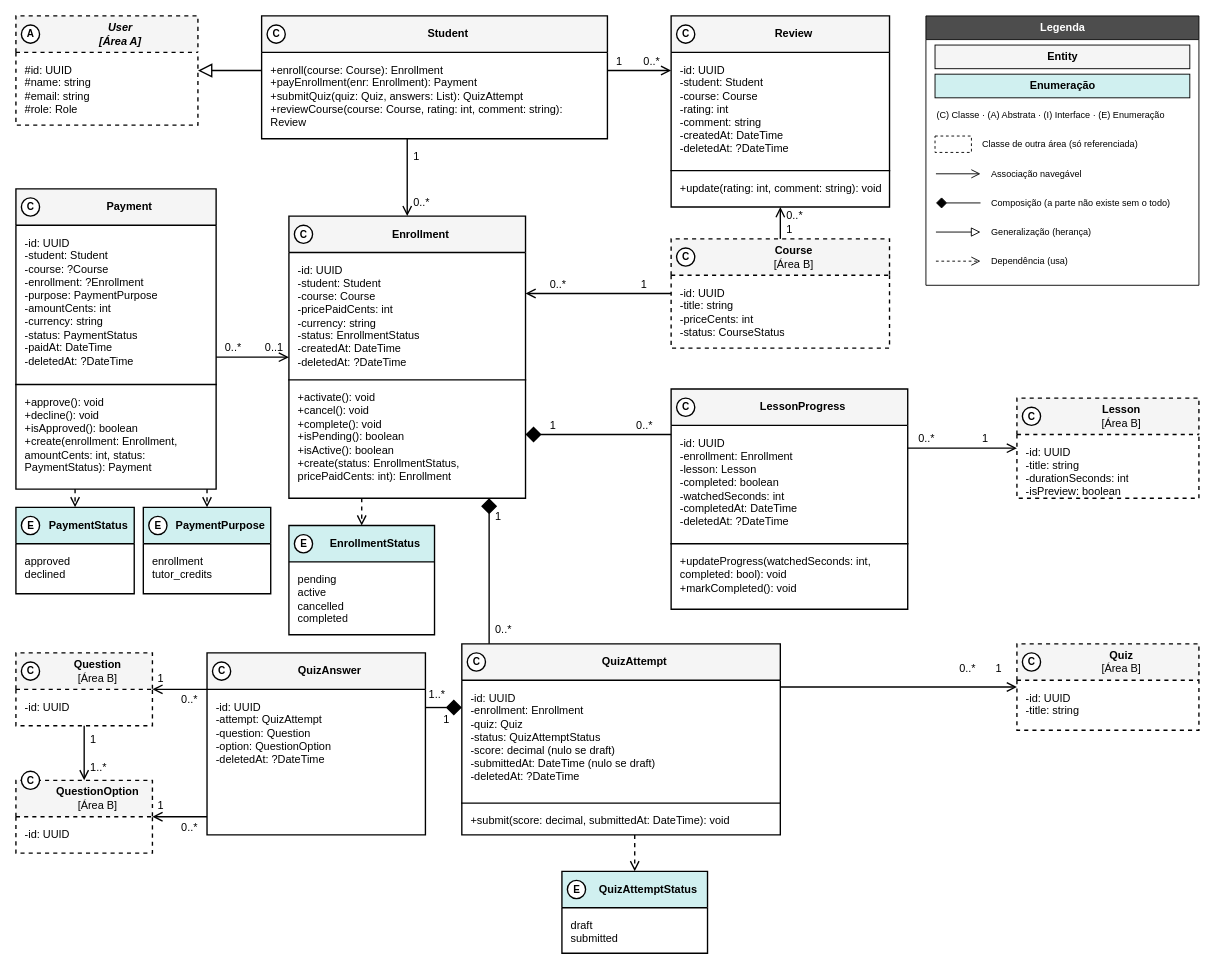
Above: especificacao/diagramas/13-classes-area-c-negocial.drawio in Plataforma-de-Cursos-TCC/plataforma-cursos-docs (draw.io), before the change. Source tidied: cells renumbered, new cells numbered last; positions are measured from the earlier drawing's top-left corner, leaving out a move shared by most shapes. Both pictures are drawn from the tidied source at 91%, with x=0, y=0 at pixel (15, 15).
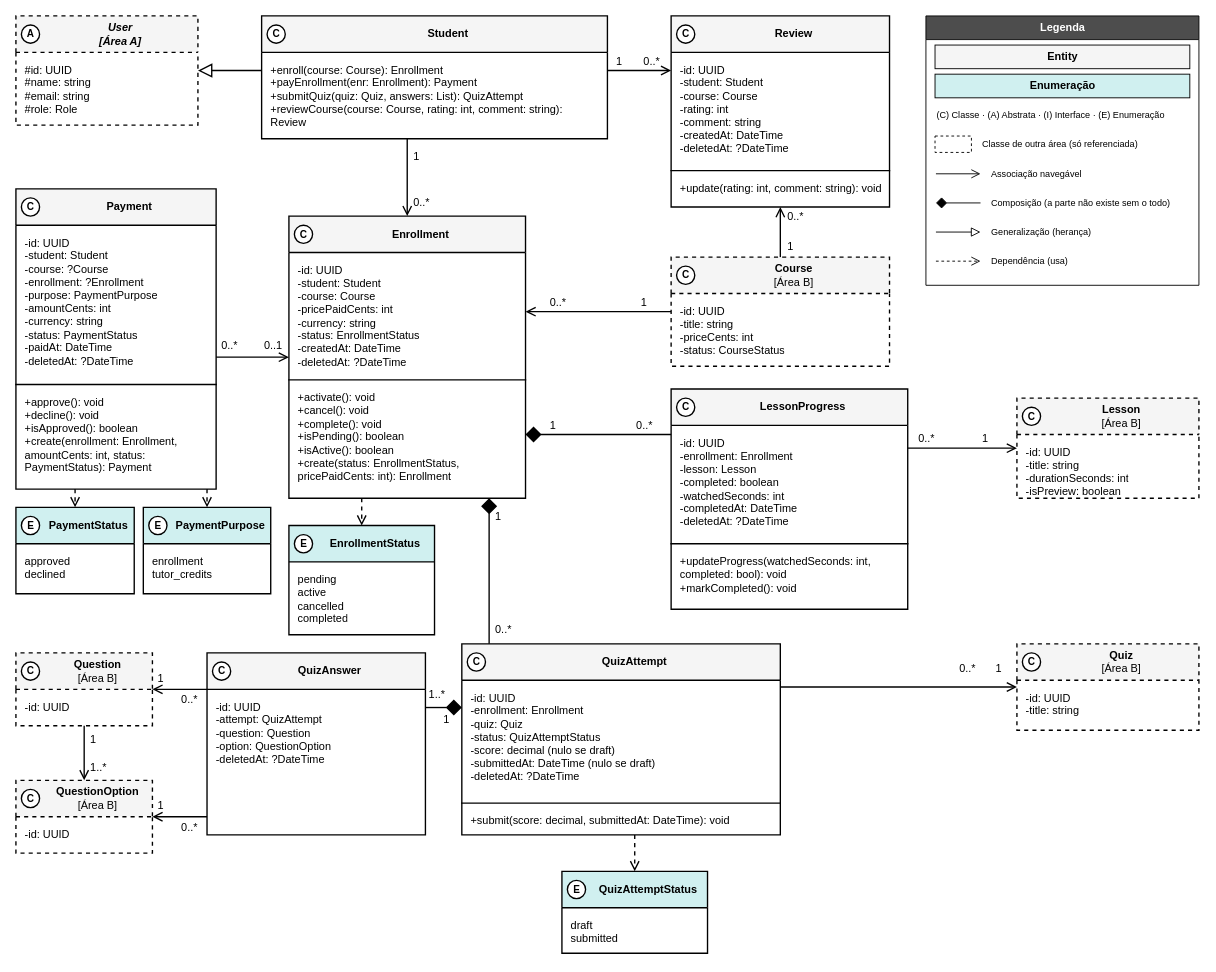
The same diagram, later.

Unchanged cells that the change refers to:
```xml
<mxCell id="15" value="&lt;b&gt;Enrollment&lt;/b&gt;" style="swimlane;fontStyle=0;align=center;verticalAlign=middle;horizontal=1;startSize=40;html=1;whiteSpace=wrap;fontFamily=Helvetica;fontSize=12;swimlaneFillColor=#FFFFFF;strokeColor=#000000;strokeWidth=1.5;fontColor=#000000;spacingLeft=30;fillColor=#F5F5F5;" parent="1" vertex="1">
  <mxGeometry x="300" y="220" width="260" height="310" as="geometry" />
</mxCell>
```

Change to the diagram source:
```diff
@@
     <mxCell id="6" value="&lt;b&gt;Course&lt;/b&gt;&lt;br&gt;[Área B]" style="swimlane;fontStyle=0;align=center;verticalAlign=middle;horizontal=1;startSize=40;html=1;whiteSpace=wrap;fontFamily=Helvetica;fontSize=12;swimlaneFillColor=#FFFFFF;strokeColor=#000000;strokeWidth=1.5;fontColor=#000000;spacingLeft=30;dashed=1;fillColor=#F5F5F5;" parent="1" vertex="1">
-      <mxGeometry x="720" y="245" width="240" height="120" as="geometry" />
+      <mxGeometry x="720" y="265" width="240" height="120" as="geometry" />
     </mxCell>
@@
-    <mxCell id="37" style="edgeStyle=orthogonalEdgeStyle;rounded=0;html=1;strokeColor=#000000;strokeWidth=1.5;endArrow=open;endFill=0;endSize=8;fontFamily=Helvetica;fontSize=12;exitX=0;exitY=0.5;entryX=1;entryY=0.2741935;" parent="1" edge="1" source="6" target="15">
+    <mxCell id="37" style="edgeStyle=orthogonalEdgeStyle;rounded=0;html=1;strokeColor=#000000;strokeWidth=1.5;endArrow=open;endFill=0;endSize=8;fontFamily=Helvetica;fontSize=12;exitX=0;exitY=0.5;entryX=1;entryY=0.338710;" parent="1" edge="1" source="6" target="15">
       <mxGeometry relative="1" as="geometry" />
     </mxCell>
     <mxCell id="38" value="1" style="text;html=1;align=left;verticalAlign=middle;fontFamily=Helvetica;fontSize=12;fontColor=#000000;fillColor=none;strokeColor=none;" parent="1" vertex="1">
-      <mxGeometry x="685" y="285" width="20" height="20" as="geometry" />
+      <mxGeometry x="685" y="305" width="20" height="20" as="geometry" />
     </mxCell>
     <mxCell id="39" value="0..*" style="text;html=1;align=left;verticalAlign=middle;fontFamily=Helvetica;fontSize=12;fontColor=#000000;fillColor=none;strokeColor=none;" parent="1" vertex="1">
-      <mxGeometry x="585" y="285" width="30" height="20" as="geometry" />
+      <mxGeometry x="585" y="305" width="30" height="20" as="geometry" />
     </mxCell>
@@
     <mxCell id="41" value="0..*" style="text;html=1;align=left;verticalAlign=middle;fontFamily=Helvetica;fontSize=12;fontColor=#000000;fillColor=none;strokeColor=none;" parent="1" vertex="1">
-      <mxGeometry x="228" y="355" width="30" height="20" as="geometry" />
+      <mxGeometry x="224" y="353" width="28" height="18" as="geometry" />
     </mxCell>
-    <mxCell id="42" value="0..1" style="text;html=1;align=left;verticalAlign=middle;fontFamily=Helvetica;fontSize=12;fontColor=#000000;fillColor=none;strokeColor=none;" parent="1" vertex="1">
-      <mxGeometry x="272" y="355" width="36" height="20" as="geometry" />
+    <mxCell id="42" value="0..1" style="text;html=1;align=right;verticalAlign=middle;fontFamily=Helvetica;fontSize=12;fontColor=#000000;fillColor=none;strokeColor=none;" parent="1" vertex="1">
+      <mxGeometry x="264" y="353" width="30" height="18" as="geometry" />
     </mxCell>
@@
     <mxCell id="47" value="1" style="text;html=1;align=left;verticalAlign=middle;fontFamily=Helvetica;fontSize=12;fontColor=#000000;fillColor=none;strokeColor=none;" parent="1" vertex="1">
-      <mxGeometry x="845" y="225" width="20" height="20" as="geometry" />
+      <mxGeometry x="846" y="245" width="20" height="18" as="geometry" />
     </mxCell>
     <mxCell id="48" value="0..*" style="text;html=1;align=left;verticalAlign=middle;fontFamily=Helvetica;fontSize=12;fontColor=#000000;fillColor=none;strokeColor=none;" parent="1" vertex="1">
-      <mxGeometry x="845" y="210" width="30" height="20" as="geometry" />
+      <mxGeometry x="846" y="212" width="30" height="18" as="geometry" />
     </mxCell>
@@
     <mxCell id="87" value="C" style="ellipse;html=1;fillColor=#FFFFFF;strokeColor=#000000;strokeWidth=1.5;fontFamily=Helvetica;fontSize=11;fontStyle=1;fontColor=#000000;" parent="1" vertex="1">
-      <mxGeometry x="726" y="255" width="20" height="20" as="geometry" />
+      <mxGeometry x="726" y="275" width="20" height="20" as="geometry" />
     </mxCell>
@@
     <mxCell id="100" value="C" style="ellipse;html=1;fillColor=#FFFFFF;strokeColor=#000000;strokeWidth=1.5;fontFamily=Helvetica;fontSize=11;fontStyle=1;fontColor=#000000;" parent="1" vertex="1">
-      <mxGeometry x="6" y="830" width="20" height="20" as="geometry" />
+      <mxGeometry x="6" y="850" width="20" height="20" as="geometry" />
     </mxCell>
```
